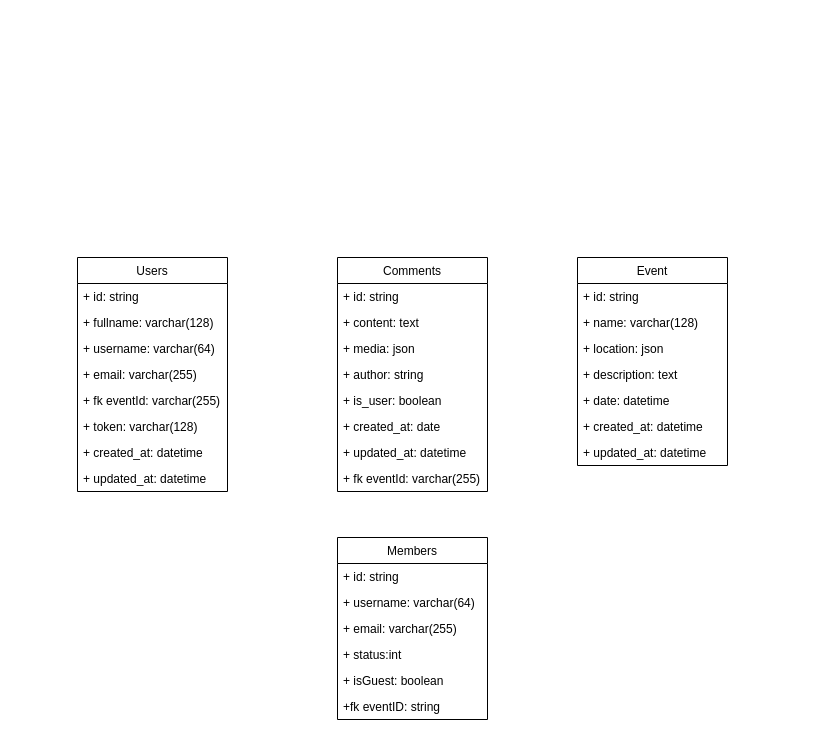
Earlier version of the draw.io diagram mcd.drawio (sebastienklaus/reunionou). Source tidied: cells renumbered, new cells numbered last; positions are measured from the earlier drawing's top-left corner, leaving out a move shared by most shapes. Both pictures are drawn from the tidied source at 100%, with x=0, y=0 at pixel (77, 257).
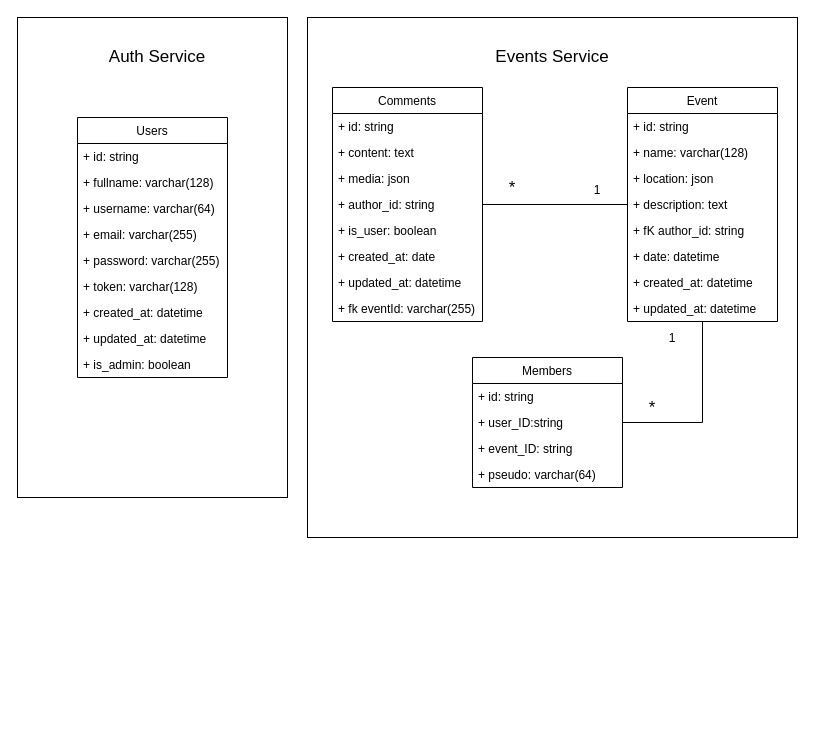
The same page after the edit.

The edit, as a diff of the source:
```diff
@@
+    <mxCell id="35" style="rounded=0;whiteSpace=wrap;html=1;fillColor=none;" parent="1" vertex="1">
+      <mxGeometry x="230" y="-240" width="490" height="520" as="geometry" />
+    </mxCell>
+    <mxCell id="36" style="rounded=0;whiteSpace=wrap;html=1;fillColor=none;" parent="1" vertex="1">
+      <mxGeometry x="-60" y="-240" width="270" height="480" as="geometry" />
+    </mxCell>
     <mxCell id="2" value="Comments" style="swimlane;fontStyle=0;horizontal=1;startSize=26;fillColor=none;" parent="1" vertex="1">
-      <mxGeometry x="260" width="150" height="234" as="geometry" />
+      <mxGeometry x="255" y="-170" width="150" height="234" as="geometry" />
     </mxCell>
@@
-    <mxCell id="6" value="+ author: string" style="text;strokeColor=none;fillColor=none;align=left;verticalAlign=top;spacingLeft=4;spacingRight=4;overflow=hidden;points=[[0,0.5],[1,0.5]];portConstraint=eastwest;" parent="2" vertex="1">
+    <mxCell id="6" value="+ author_id: string" style="text;strokeColor=none;fillColor=none;align=left;verticalAlign=top;spacingLeft=4;spacingRight=4;overflow=hidden;points=[[0,0.5],[1,0.5]];portConstraint=eastwest;" parent="2" vertex="1">
       <mxGeometry y="104" width="150" height="26" as="geometry" />
     </mxCell>
@@
     <mxCell id="11" value="Users" style="swimlane;fontStyle=0;horizontal=1;startSize=26;fillColor=none;" parent="1" vertex="1">
-      <mxGeometry width="150" height="234" as="geometry" />
+      <mxGeometry y="-140" width="150" height="260" as="geometry" />
     </mxCell>
@@
-    <mxCell id="16" value="+ fk eventId: varchar(255)" style="text;strokeColor=none;fillColor=none;align=left;verticalAlign=top;spacingLeft=4;spacingRight=4;overflow=hidden;" parent="11" vertex="1">
-      <mxGeometry y="130" width="150" height="26" as="geometry" />
-    </mxCell>
+    <mxCell id="37" value="+ password: varchar(255)" style="text;strokeColor=none;fillColor=none;align=left;verticalAlign=top;spacingLeft=4;spacingRight=4;overflow=hidden;" parent="11" vertex="1">
+      <mxGeometry y="130" width="150" height="26" as="geometry" />
+    </mxCell>
@@
+    <mxCell id="38" value="+ is_admin: boolean" style="text;strokeColor=none;fillColor=none;align=left;verticalAlign=top;spacingLeft=4;spacingRight=4;overflow=hidden;" parent="11" vertex="1">
+      <mxGeometry y="234" width="150" height="26" as="geometry" />
+    </mxCell>
+    <mxCell id="39" style="edgeStyle=orthogonalEdgeStyle;rounded=0;jettySize=auto;html=1;entryX=1;entryY=0.5;entryDx=0;entryDy=0;fontSize=17;endArrow=none;endFill=0;" parent="1" edge="1" source="20" target="42">
+      <mxGeometry relative="1" as="geometry" />
+    </mxCell>
+    <mxCell id="40" style="edgeStyle=orthogonalEdgeStyle;rounded=0;jettySize=auto;html=1;entryX=1;entryY=0.5;entryDx=0;entryDy=0;fontSize=12;endArrow=none;endFill=0;" parent="1" edge="1" source="20" target="6">
+      <mxGeometry relative="1" as="geometry" />
+    </mxCell>
     <mxCell id="20" value="Event" style="swimlane;fontStyle=0;horizontal=1;startSize=26;fillColor=none;" parent="1" vertex="1">
-      <mxGeometry x="500" width="150" height="208" as="geometry" />
+      <mxGeometry x="550" y="-170" width="150" height="234" as="geometry" />
     </mxCell>
@@
+    <mxCell id="41" value="+ fK author_id: string" style="text;strokeColor=none;fillColor=none;align=left;verticalAlign=top;spacingLeft=4;spacingRight=4;overflow=hidden;" parent="20" vertex="1">
+      <mxGeometry y="130" width="150" height="26" as="geometry" />
+    </mxCell>
     <mxCell id="25" value="+ date: datetime&#10;" style="text;strokeColor=none;fillColor=none;align=left;verticalAlign=top;spacingLeft=4;spacingRight=4;overflow=hidden;" parent="20" vertex="1">
-      <mxGeometry y="130" width="150" height="26" as="geometry" />
+      <mxGeometry y="156" width="150" height="26" as="geometry" />
     </mxCell>
     <mxCell id="26" value="+ created_at: datetime" style="text;strokeColor=none;fillColor=none;align=left;verticalAlign=top;spacingLeft=4;spacingRight=4;overflow=hidden;" parent="20" vertex="1">
-      <mxGeometry y="156" width="150" height="26" as="geometry" />
+      <mxGeometry y="182" width="150" height="26" as="geometry" />
     </mxCell>
     <mxCell id="27" value="+ updated_at: datetime" style="text;strokeColor=none;fillColor=none;align=left;verticalAlign=top;spacingLeft=4;spacingRight=4;overflow=hidden;" parent="20" vertex="1">
-      <mxGeometry y="182" width="150" height="26" as="geometry" />
+      <mxGeometry y="208" width="150" height="26" as="geometry" />
     </mxCell>
     <mxCell id="28" value="Members" style="swimlane;fontStyle=0;horizontal=1;startSize=26;fillColor=none;" parent="1" vertex="1">
-      <mxGeometry x="260" y="280" width="150" height="182" as="geometry" />
+      <mxGeometry x="395" y="100" width="150" height="130" as="geometry" />
     </mxCell>
@@
+    <mxCell id="42" value="+ user_ID:string" style="text;strokeColor=none;fillColor=none;align=left;verticalAlign=top;spacingLeft=4;spacingRight=4;overflow=hidden;points=[[0,0.5],[1,0.5]];portConstraint=eastwest;" parent="28" vertex="1">
+      <mxGeometry y="52" width="150" height="26" as="geometry" />
+    </mxCell>
+    <mxCell id="34" value="+ event_ID: string" style="text;strokeColor=none;fillColor=none;align=left;verticalAlign=top;spacingLeft=4;spacingRight=4;overflow=hidden;" parent="28" vertex="1">
+      <mxGeometry y="78" width="150" height="26" as="geometry" />
+    </mxCell>
-    <mxCell id="30" value="+ username: varchar(64)" style="text;strokeColor=none;fillColor=none;align=left;verticalAlign=top;spacingLeft=4;spacingRight=4;overflow=hidden;" parent="28" vertex="1">
-      <mxGeometry y="52" width="150" height="26" as="geometry" />
+    <mxCell id="30" value="+ pseudo: varchar(64)" style="text;strokeColor=none;fillColor=none;align=left;verticalAlign=top;spacingLeft=4;spacingRight=4;overflow=hidden;" parent="28" vertex="1">
+      <mxGeometry y="104" width="150" height="26" as="geometry" />
     </mxCell>
-    <mxCell id="31" value="+ email: varchar(255)" style="text;strokeColor=none;fillColor=none;align=left;verticalAlign=top;spacingLeft=4;spacingRight=4;overflow=hidden;" parent="28" vertex="1">
-      <mxGeometry y="78" width="150" height="26" as="geometry" />
-    </mxCell>
-    <mxCell id="32" value="+ status:int" style="text;strokeColor=none;fillColor=none;align=left;verticalAlign=top;spacingLeft=4;spacingRight=4;overflow=hidden;" parent="28" vertex="1">
-      <mxGeometry y="104" width="150" height="26" as="geometry" />
-    </mxCell>
-    <mxCell id="33" value="+ isGuest: boolean" style="text;strokeColor=none;fillColor=none;align=left;verticalAlign=top;spacingLeft=4;spacingRight=4;overflow=hidden;" parent="28" vertex="1">
-      <mxGeometry y="130" width="150" height="26" as="geometry" />
-    </mxCell>
-    <mxCell id="34" value="+fk eventID: string" style="text;strokeColor=none;fillColor=none;align=left;verticalAlign=top;spacingLeft=4;spacingRight=4;overflow=hidden;" parent="28" vertex="1">
-      <mxGeometry y="156" width="150" height="26" as="geometry" />
-    </mxCell>
+    <mxCell id="43" value="&lt;font style=&quot;font-size: 17px&quot;&gt;Auth Service&lt;/font&gt;" style="text;html=1;strokeColor=none;fillColor=none;align=center;verticalAlign=middle;whiteSpace=wrap;rounded=0;" parent="1" vertex="1">
+      <mxGeometry x="10" y="-230" width="140" height="60" as="geometry" />
+    </mxCell>
+    <mxCell id="44" value="&lt;font style=&quot;font-size: 17px&quot;&gt;Events Service&lt;/font&gt;" style="text;html=1;strokeColor=none;fillColor=none;align=center;verticalAlign=middle;whiteSpace=wrap;rounded=0;" parent="1" vertex="1">
+      <mxGeometry x="405" y="-230" width="140" height="60" as="geometry" />
+    </mxCell>
+    <mxCell id="45" value="*" style="text;html=1;strokeColor=none;fillColor=none;align=center;verticalAlign=middle;whiteSpace=wrap;rounded=0;fontSize=17;" parent="1" vertex="1">
+      <mxGeometry x="545" y="136" width="60" height="30" as="geometry" />
+    </mxCell>
+    <mxCell id="46" value="&lt;font style=&quot;font-size: 12px&quot;&gt;1&lt;/font&gt;" style="text;html=1;strokeColor=none;fillColor=none;align=center;verticalAlign=middle;whiteSpace=wrap;rounded=0;fontSize=17;" parent="1" vertex="1">
+      <mxGeometry x="565" y="65" width="60" height="30" as="geometry" />
+    </mxCell>
+    <mxCell id="47" value="&lt;font style=&quot;font-size: 12px&quot;&gt;1&lt;/font&gt;" style="text;html=1;strokeColor=none;fillColor=none;align=center;verticalAlign=middle;whiteSpace=wrap;rounded=0;fontSize=17;" parent="1" vertex="1">
+      <mxGeometry x="490" y="-83" width="60" height="30" as="geometry" />
+    </mxCell>
+    <mxCell id="48" value="*" style="text;html=1;strokeColor=none;fillColor=none;align=center;verticalAlign=middle;whiteSpace=wrap;rounded=0;fontSize=17;" parent="1" vertex="1">
+      <mxGeometry x="405" y="-84" width="60" height="30" as="geometry" />
+    </mxCell>
```
